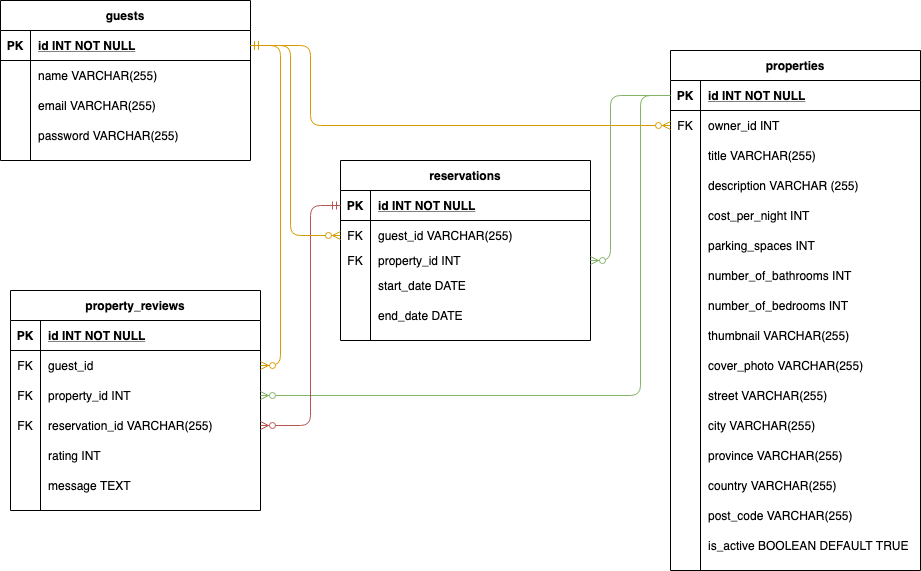
This is Lighthouse BnB ERD.png from austinkret/Lighthouse-BnB, a draw.io export, as it was before one commit. Source tidied: cells renumbered, new cells last; positions are measured from the earlier drawing's top-left corner, leaving out a move shared by most shapes.
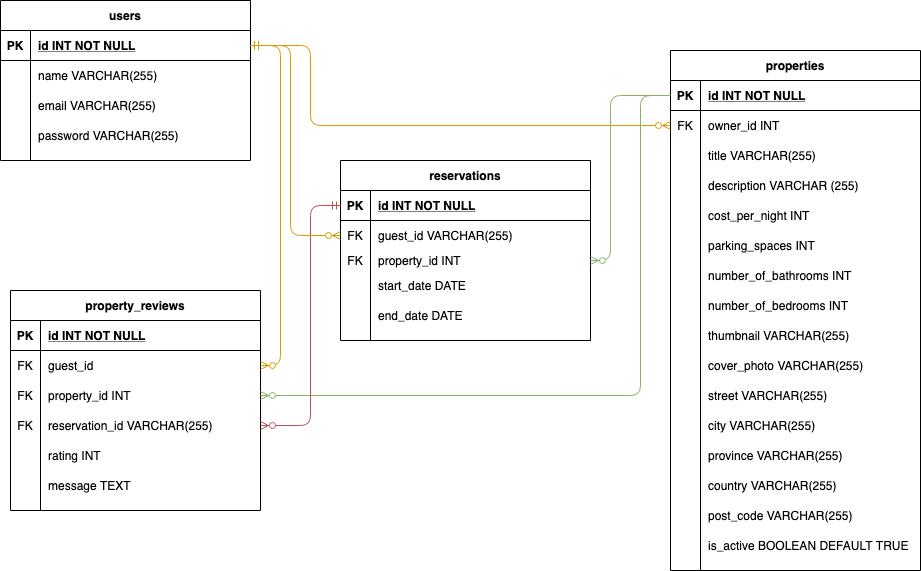
The same diagram one commit later.

Change to the diagram source:
```diff
@@ -197,7 +197,7 @@
     <mxCell id="66" value="end_date DATE" style="shape=partialRectangle;overflow=hidden;fillColor=none;top=0;left=0;bottom=0;right=0;align=left;spacingLeft=6;" parent="64" vertex="1">
       <mxGeometry x="30" width="220" height="30" as="geometry" />
     </mxCell>
-    <mxCell id="67" value="guests" style="shape=table;startSize=30;rowLines=0;fontStyle=1;align=center;" parent="1" vertex="1">
+    <mxCell id="67" value="users" style="shape=table;startSize=30;rowLines=0;fontStyle=1;align=center;" parent="1" vertex="1">
       <mxGeometry width="250" height="160" as="geometry" />
     </mxCell>
     <mxCell id="68" style="shape=partialRectangle;fillColor=none;points=[[0,0.5],[1,0.5]];portConstraint=eastwest;top=0;left=0;right=0;bottom=1;" parent="67" vertex="1">
```
